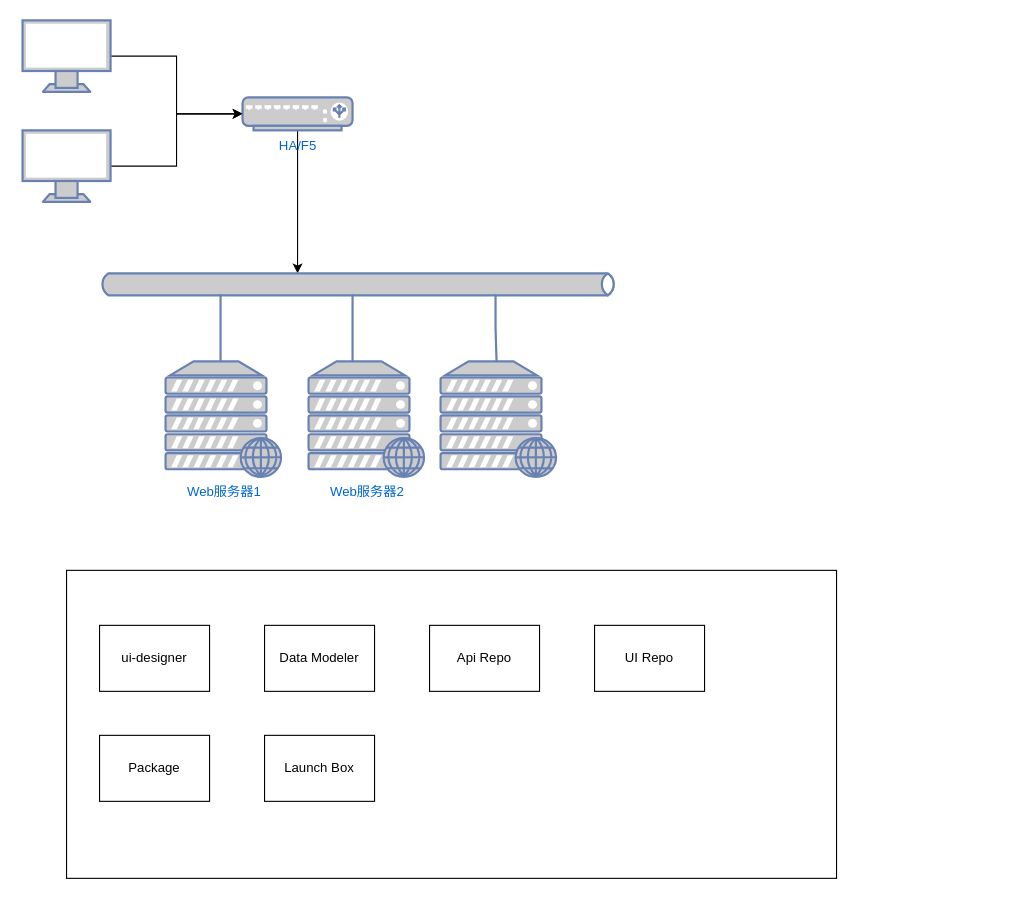
Before: 负载均衡.drawio in zengwenju/myfirsttest, a draw.io diagram. Source tidied: cells renumbered, new cells numbered last; positions are measured from the earlier drawing's top-left corner, leaving out a move shared by most shapes. Both pictures are drawn from the tidied source at 110%, with x=0, y=0 at pixel (22, 20).
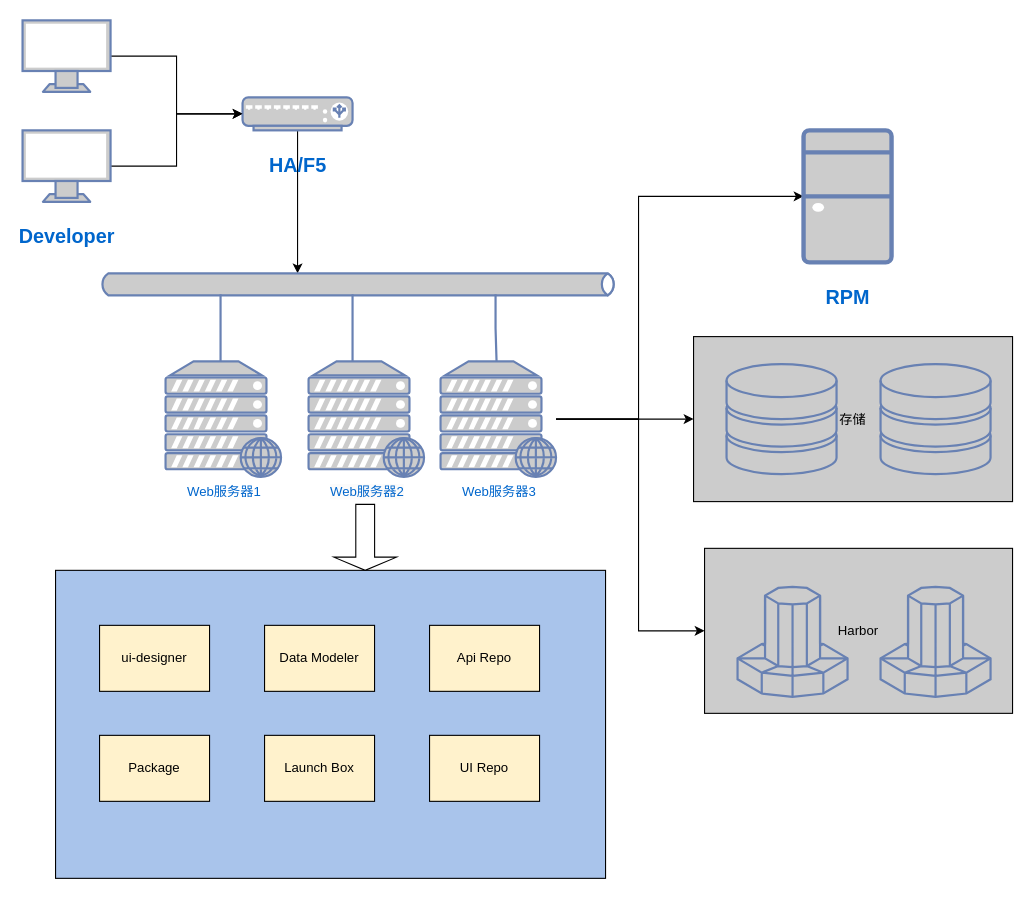
The same diagram, later.

Commit message (it also covers changes not shown here):
更新负载均衡.drawio

The edit, as a diff of the source:
```diff
@@
+    <mxCell id="22" value="Harbor" style="rounded=0;whiteSpace=wrap;html=1;fillColor=#CCCCCC;" parent="1" vertex="1">
+      <mxGeometry x="620" y="480" width="280" height="150" as="geometry" />
+    </mxCell>
+    <mxCell id="23" value="存储" style="rounded=0;whiteSpace=wrap;html=1;fillColor=#CCCCCC;" parent="1" vertex="1">
+      <mxGeometry x="610" y="287.5" width="290" height="150" as="geometry" />
+    </mxCell>
@@
-    <mxCell id="3" style="fontColor=#0066CC;verticalAlign=top;verticalLabelPosition=bottom;labelPosition=center;align=center;html=1;outlineConnect=0;fillColor=#CCCCCC;strokeColor=#6881B3;gradientColor=none;gradientDirection=north;strokeWidth=2;shape=mxgraph.networks.monitor;" parent="1" vertex="1">
+    <mxCell id="3" value="&lt;h2&gt;Developer&lt;/h2&gt;" style="fontColor=#0066CC;verticalAlign=top;verticalLabelPosition=bottom;labelPosition=center;align=center;html=1;outlineConnect=0;fillColor=#CCCCCC;strokeColor=#6881B3;gradientColor=none;gradientDirection=north;strokeWidth=2;shape=mxgraph.networks.monitor;" parent="1" vertex="1">
       <mxGeometry y="100" width="80" height="65" as="geometry" />
     </mxCell>
@@
-    <mxCell id="5" value="HA/F5" style="fontColor=#0066CC;verticalAlign=top;verticalLabelPosition=bottom;labelPosition=center;align=center;html=1;outlineConnect=0;fillColor=#CCCCCC;strokeColor=#6881B3;gradientColor=none;gradientDirection=north;strokeWidth=2;shape=mxgraph.networks.load_balancer;" parent="1" vertex="1">
+    <mxCell id="5" value="&lt;h2&gt;HA/F5&lt;/h2&gt;" style="fontColor=#0066CC;verticalAlign=top;verticalLabelPosition=bottom;labelPosition=center;align=center;html=1;outlineConnect=0;fillColor=#CCCCCC;strokeColor=#6881B3;gradientColor=none;gradientDirection=north;strokeWidth=2;shape=mxgraph.networks.load_balancer;" parent="1" vertex="1">
       <mxGeometry x="200" y="70" width="100" height="30" as="geometry" />
     </mxCell>
@@
+    <mxCell id="24" style="edgeStyle=orthogonalEdgeStyle;rounded=0;jettySize=auto;html=1;entryX=0;entryY=0.5;entryDx=0;entryDy=0;" parent="1" edge="1" source="10" target="23">
+      <mxGeometry relative="1" as="geometry">
+        <Array as="points">
+          <mxPoint x="550" y="363" />
+          <mxPoint x="610" y="363" />
+        </Array>
+      </mxGeometry>
+    </mxCell>
+    <mxCell id="25" style="edgeStyle=orthogonalEdgeStyle;rounded=0;jettySize=auto;html=1;entryX=0;entryY=0.5;entryDx=0;entryDy=0;entryPerimeter=0;" parent="1" edge="1" source="10" target="32">
+      <mxGeometry relative="1" as="geometry">
+        <Array as="points">
+          <mxPoint x="560" y="363" />
+          <mxPoint x="560" y="160" />
+        </Array>
+      </mxGeometry>
+    </mxCell>
+    <mxCell id="26" style="edgeStyle=orthogonalEdgeStyle;rounded=0;jettySize=auto;html=1;entryX=0;entryY=0.5;entryDx=0;entryDy=0;" parent="1" edge="1" source="10" target="22">
+      <mxGeometry relative="1" as="geometry">
+        <Array as="points">
+          <mxPoint x="560" y="362" />
+          <mxPoint x="560" y="555" />
+        </Array>
+      </mxGeometry>
+    </mxCell>
-    <mxCell id="10" style="fontColor=#0066CC;verticalAlign=top;verticalLabelPosition=bottom;labelPosition=center;align=center;html=1;outlineConnect=0;fillColor=#CCCCCC;strokeColor=#6881B3;gradientColor=none;gradientDirection=north;strokeWidth=2;shape=mxgraph.networks.web_server;" parent="1" vertex="1">
+    <mxCell id="10" value="Web服务器3" style="fontColor=#0066CC;verticalAlign=top;verticalLabelPosition=bottom;labelPosition=center;align=center;html=1;outlineConnect=0;fillColor=#CCCCCC;strokeColor=#6881B3;gradientColor=none;gradientDirection=north;strokeWidth=2;shape=mxgraph.networks.web_server;" parent="1" vertex="1">
       <mxGeometry x="380" y="310" width="105" height="105" as="geometry" />
     </mxCell>
@@
-    <mxCell id="15" style="rounded=0;whiteSpace=wrap;html=1;" parent="1" vertex="1">
-      <mxGeometry x="40" y="500" width="700" height="280" as="geometry" />
+    <mxCell id="15" style="rounded=0;whiteSpace=wrap;html=1;fillColor=#A9C4EB;" parent="1" vertex="1">
+      <mxGeometry x="30" y="500" width="500" height="280" as="geometry" />
     </mxCell>
-    <mxCell id="16" value="ui-designer" style="rounded=0;whiteSpace=wrap;html=1;" parent="1" vertex="1">
+    <mxCell id="16" value="ui-designer" style="rounded=0;whiteSpace=wrap;html=1;fillColor=#FFF2CC;" parent="1" vertex="1">
       <mxGeometry x="70" y="550" width="100" height="60" as="geometry" />
     </mxCell>
-    <mxCell id="17" value="Data Modeler" style="rounded=0;whiteSpace=wrap;html=1;" parent="1" vertex="1">
+    <mxCell id="17" value="Data Modeler" style="rounded=0;whiteSpace=wrap;html=1;fillColor=#FFF2CC;" parent="1" vertex="1">
       <mxGeometry x="220" y="550" width="100" height="60" as="geometry" />
     </mxCell>
-    <mxCell id="18" value="Api Repo" style="rounded=0;whiteSpace=wrap;html=1;" parent="1" vertex="1">
+    <mxCell id="18" value="Api Repo" style="rounded=0;whiteSpace=wrap;html=1;fillColor=#FFF2CC;" parent="1" vertex="1">
       <mxGeometry x="370" y="550" width="100" height="60" as="geometry" />
     </mxCell>
-    <mxCell id="19" value="UI Repo" style="rounded=0;whiteSpace=wrap;html=1;" parent="1" vertex="1">
-      <mxGeometry x="520" y="550" width="100" height="60" as="geometry" />
+    <mxCell id="19" value="UI Repo" style="rounded=0;whiteSpace=wrap;html=1;fillColor=#FFF2CC;" parent="1" vertex="1">
+      <mxGeometry x="370" y="650" width="100" height="60" as="geometry" />
     </mxCell>
-    <mxCell id="20" value="Package" style="rounded=0;whiteSpace=wrap;html=1;" parent="1" vertex="1">
+    <mxCell id="20" value="Package" style="rounded=0;whiteSpace=wrap;html=1;fillColor=#FFF2CC;" parent="1" vertex="1">
       <mxGeometry x="70" y="650" width="100" height="60" as="geometry" />
     </mxCell>
-    <mxCell id="21" value="Launch Box" style="rounded=0;whiteSpace=wrap;html=1;" parent="1" vertex="1">
+    <mxCell id="21" value="Launch Box" style="rounded=0;whiteSpace=wrap;html=1;fillColor=#FFF2CC;" parent="1" vertex="1">
       <mxGeometry x="220" y="650" width="100" height="60" as="geometry" />
     </mxCell>
+    <mxCell id="27" style="shape=singleArrow;direction=south;whiteSpace=wrap;html=1;" parent="1" vertex="1">
+      <mxGeometry x="283" y="440" width="57" height="60" as="geometry" />
+    </mxCell>
+    <mxCell id="28" style="fontColor=#0066CC;verticalAlign=top;verticalLabelPosition=bottom;labelPosition=center;align=center;html=1;fillColor=#CCCCCC;strokeColor=#6881B3;gradientColor=none;gradientDirection=north;strokeWidth=2;shape=mxgraph.networks.storage;" parent="1" vertex="1">
+      <mxGeometry x="640" y="312.5" width="100" height="100" as="geometry" />
+    </mxCell>
+    <mxCell id="29" style="fontColor=#0066CC;verticalAlign=top;verticalLabelPosition=bottom;labelPosition=center;align=center;html=1;fillColor=#CCCCCC;strokeColor=#6881B3;gradientColor=none;gradientDirection=north;strokeWidth=2;shape=mxgraph.networks.storage;" parent="1" vertex="1">
+      <mxGeometry x="780" y="312.5" width="100" height="100" as="geometry" />
+    </mxCell>
+    <mxCell id="30" style="fontColor=#0066CC;verticalAlign=top;verticalLabelPosition=bottom;labelPosition=center;align=center;html=1;fillColor=#CCCCCC;strokeColor=#6881B3;gradientColor=none;gradientDirection=north;strokeWidth=2;shape=mxgraph.networks.supercomputer;" parent="1" vertex="1">
+      <mxGeometry x="650" y="515" width="100" height="100" as="geometry" />
+    </mxCell>
+    <mxCell id="31" style="fontColor=#0066CC;verticalAlign=top;verticalLabelPosition=bottom;labelPosition=center;align=center;html=1;fillColor=#CCCCCC;strokeColor=#6881B3;gradientColor=none;gradientDirection=north;strokeWidth=2;shape=mxgraph.networks.supercomputer;" parent="1" vertex="1">
+      <mxGeometry x="780" y="515" width="100" height="100" as="geometry" />
+    </mxCell>
+    <mxCell id="32" value="&lt;h2&gt;RPM&lt;/h2&gt;" style="fontColor=#0066CC;verticalAlign=top;verticalLabelPosition=bottom;labelPosition=center;align=center;html=1;outlineConnect=0;fillColor=#CCCCCC;strokeColor=#6881B3;gradientColor=none;gradientDirection=north;strokeWidth=2;shape=mxgraph.networks.desktop_pc;" parent="1" vertex="1">
+      <mxGeometry x="710" y="100" width="80" height="120" as="geometry" />
+    </mxCell>
```
